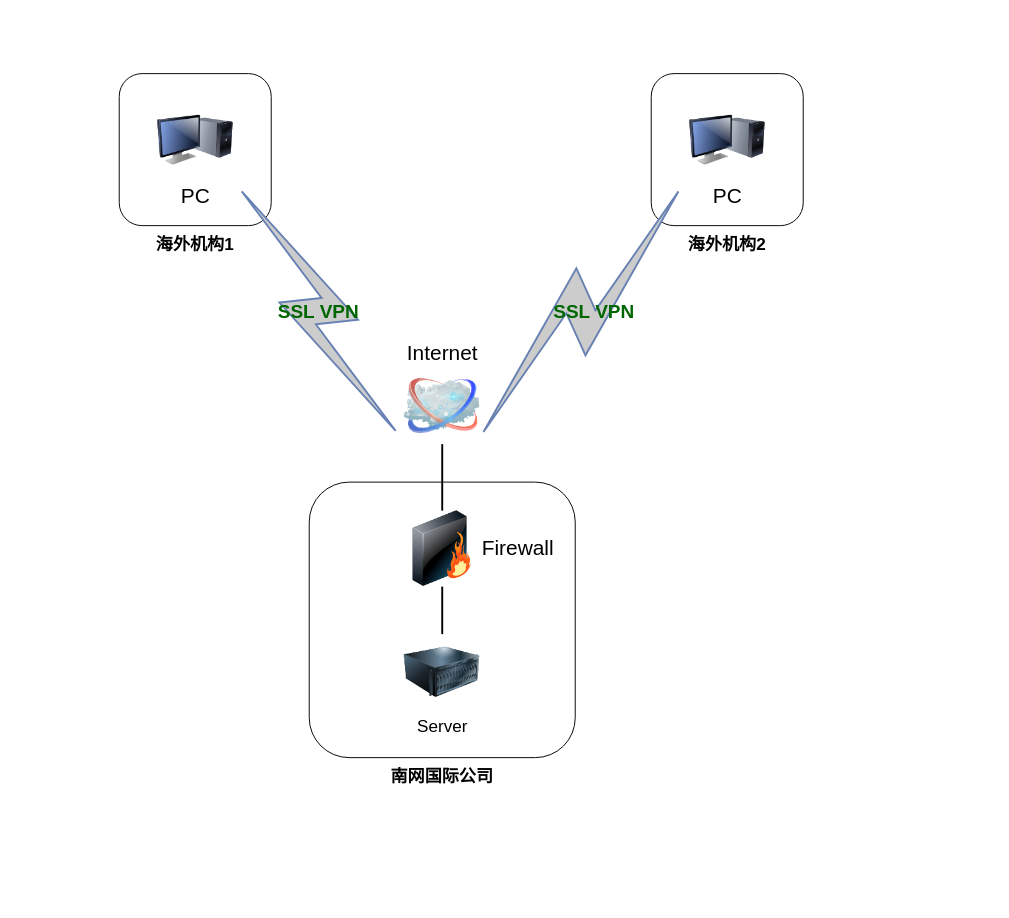
ZILLIONTSANG/NetworkDiagrams keeps this draw.io diagram as page "网络现状" (1 of 3) of 南网国际.drawio. Above is the earlier version. Source tidied: cells renumbered, new cells numbered last; positions are measured from the earlier drawing's top-left corner, leaving out a move shared by most shapes. Both pictures are drawn from the tidied source at 95%, with x=0, y=0 at pixel (119, 73).
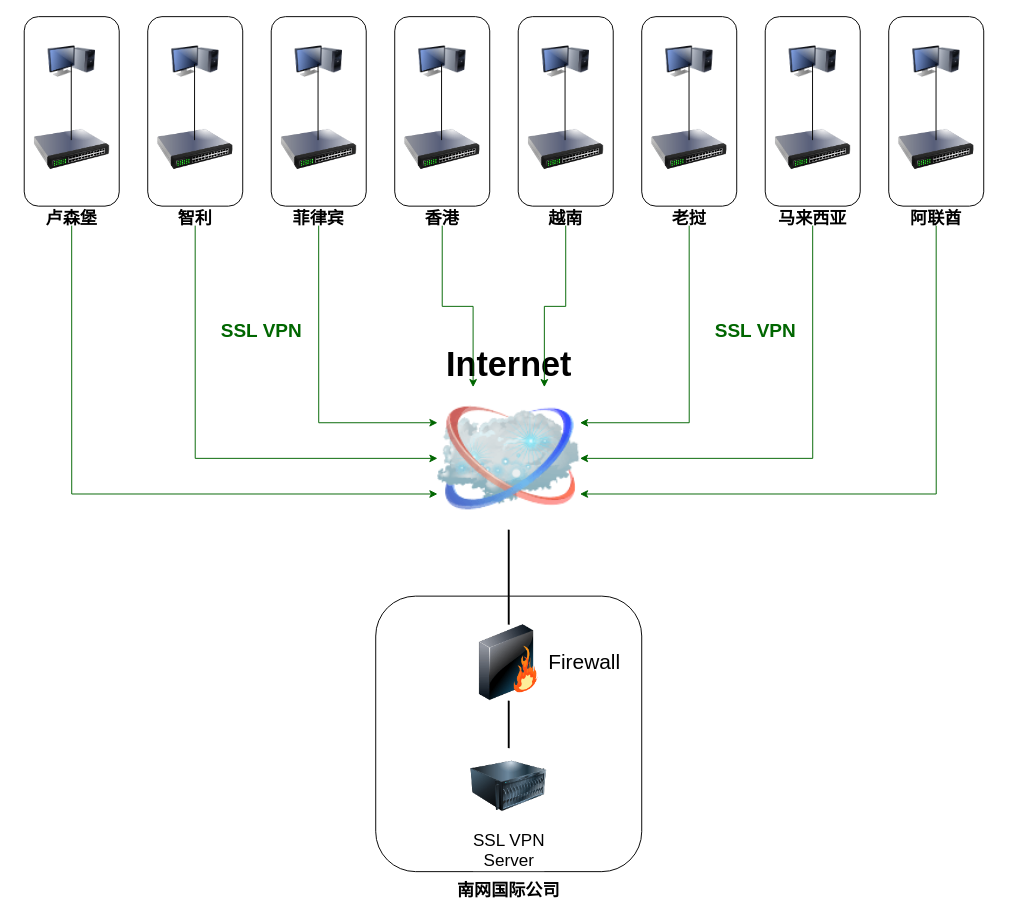
The same diagram, later.

Change to the diagram source:
```diff
@@
-    <mxCell id="2" style="rounded=1;whiteSpace=wrap;html=1;" parent="1" vertex="1">
-      <mxGeometry width="160" height="160" as="geometry" />
-    </mxCell>
     <mxCell id="3" style="rounded=1;whiteSpace=wrap;html=1;" parent="1" vertex="1">
-      <mxGeometry x="200" y="430" width="280" height="290" as="geometry" />
+      <mxGeometry x="270" y="550" width="280" height="290" as="geometry" />
     </mxCell>
-    <mxCell id="4" style="rounded=1;whiteSpace=wrap;html=1;" parent="1" vertex="1">
-      <mxGeometry x="560" width="160" height="160" as="geometry" />
-    </mxCell>
@@
-    <mxCell id="6" value="Internet" style="image;html=1;labelBackgroundColor=#ffffff;image=img/lib/clip_art/networking/Cloud_128x128.png;rounded=1;shadow=0;comic=0;strokeWidth=2;fontSize=22;labelPosition=center;verticalLabelPosition=top;align=center;verticalAlign=bottom;" parent="1" vertex="1">
-      <mxGeometry x="300" y="310" width="80" height="80" as="geometry" />
+    <mxCell id="6" value="&lt;b&gt;&lt;font style=&quot;font-size: 36px&quot;&gt;Internet&lt;/font&gt;&lt;/b&gt;" style="image;html=1;labelBackgroundColor=#ffffff;image=img/lib/clip_art/networking/Cloud_128x128.png;rounded=1;shadow=0;comic=0;strokeWidth=2;fontSize=22;labelPosition=center;verticalLabelPosition=top;align=center;verticalAlign=bottom;" parent="1" vertex="1">
+      <mxGeometry x="335" y="330" width="150" height="150" as="geometry" />
     </mxCell>
@@
     <mxCell id="8" value="Firewall" style="image;html=1;labelBackgroundColor=#ffffff;image=img/lib/clip_art/networking/Firewall_128x128.png;rounded=1;shadow=0;comic=0;strokeWidth=2;fontSize=22;labelPosition=right;verticalLabelPosition=middle;align=left;verticalAlign=middle;" parent="1" vertex="1">
-      <mxGeometry x="300" y="460" width="80" height="80" as="geometry" />
+      <mxGeometry x="370" y="580" width="80" height="80" as="geometry" />
     </mxCell>
-    <mxCell id="9" value="PC" style="image;html=1;labelBackgroundColor=#ffffff;image=img/lib/clip_art/computers/Monitor_Tower_128x128.png;rounded=1;shadow=0;comic=0;strokeWidth=2;fontSize=22;" parent="1" vertex="1">
-      <mxGeometry x="600" y="30" width="80" height="80" as="geometry" />
-    </mxCell>
-    <mxCell id="10" style="html=1;fillColor=#CCCCCC;strokeColor=#6881B3;gradientColor=none;gradientDirection=north;strokeWidth=2;shape=mxgraph.networks.comm_link_edge;html=1;labelBackgroundColor=none;endArrow=none;fontFamily=Verdana;fontSize=22;fontColor=#000000;fontStyle=1;exitX=0;exitY=1;exitDx=0;exitDy=0;entryX=0.9;entryY=1.017;entryDx=0;entryDy=0;entryPerimeter=0;" parent="1" edge="1" source="9" target="6">
-      <mxGeometry relative="1" as="geometry" />
-    </mxCell>
-    <mxCell id="11" value="&lt;font style=&quot;font-size: 18px&quot;&gt;Server&lt;/font&gt;" style="image;html=1;image=img/lib/clip_art/computers/Server_128x128.png;" parent="1" vertex="1">
-      <mxGeometry x="300" y="590" width="80" height="80" as="geometry" />
+    <mxCell id="11" value="&lt;font style=&quot;font-size: 18px&quot;&gt;SSL VPN&lt;br&gt;Server&lt;/font&gt;" style="image;html=1;image=img/lib/clip_art/computers/Server_128x128.png;" parent="1" vertex="1">
+      <mxGeometry x="370" y="710" width="80" height="80" as="geometry" />
     </mxCell>
-    <mxCell id="12" value="PC" style="image;html=1;labelBackgroundColor=#ffffff;image=img/lib/clip_art/computers/Monitor_Tower_128x128.png;rounded=1;shadow=0;comic=0;strokeWidth=2;fontSize=22;" parent="1" vertex="1">
-      <mxGeometry x="40" y="30" width="80" height="80" as="geometry" />
-    </mxCell>
-    <mxCell id="13" style="html=1;fillColor=#CCCCCC;strokeColor=#6881B3;gradientColor=none;gradientDirection=north;strokeWidth=2;shape=mxgraph.networks.comm_link_edge;html=1;labelBackgroundColor=none;endArrow=none;fontFamily=Verdana;fontSize=22;fontColor=#000000;fontStyle=1;entryX=0;entryY=1;entryDx=0;entryDy=0;exitX=1;exitY=1;exitDx=0;exitDy=0;" parent="1" edge="1" source="12" target="6">
-      <mxGeometry relative="1" as="geometry" />
-    </mxCell>
-    <mxCell id="14" value="&lt;b&gt;&lt;font style=&quot;font-size: 18px&quot;&gt;海外机构1&lt;/font&gt;&lt;/b&gt;" style="text;html=1;strokeColor=none;fillColor=none;align=center;verticalAlign=middle;whiteSpace=wrap;rounded=0;" parent="1" vertex="1">
-      <mxGeometry x="20" y="170" width="120" height="20" as="geometry" />
-    </mxCell>
-    <mxCell id="15" value="&lt;b&gt;&lt;font style=&quot;font-size: 18px&quot;&gt;海外机构2&lt;/font&gt;&lt;/b&gt;" style="text;html=1;strokeColor=none;fillColor=none;align=center;verticalAlign=middle;whiteSpace=wrap;rounded=0;" parent="1" vertex="1">
-      <mxGeometry x="580" y="170" width="120" height="20" as="geometry" />
-    </mxCell>
@@
     <mxCell id="17" value="&lt;font color=&quot;#006600&quot; size=&quot;1&quot;&gt;&lt;b style=&quot;font-size: 20px&quot;&gt;SSL VPN&lt;/b&gt;&lt;/font&gt;" style="text;html=1;strokeColor=none;fillColor=none;align=center;verticalAlign=middle;whiteSpace=wrap;rounded=0;" parent="1" vertex="1">
-      <mxGeometry x="440" y="240" width="120" height="20" as="geometry" />
+      <mxGeometry x="610" y="260" width="120" height="20" as="geometry" />
     </mxCell>
     <mxCell id="18" value="&lt;span style=&quot;font-size: 18px&quot;&gt;&lt;b&gt;南网国际公司&lt;/b&gt;&lt;/span&gt;" style="text;html=1;strokeColor=none;fillColor=none;align=center;verticalAlign=middle;whiteSpace=wrap;rounded=0;" parent="1" vertex="1">
-      <mxGeometry x="280" y="730" width="120" height="20" as="geometry" />
+      <mxGeometry x="350" y="850" width="120" height="20" as="geometry" />
     </mxCell>
     <mxCell id="19" value="&lt;font color=&quot;#006600&quot; size=&quot;1&quot;&gt;&lt;b style=&quot;font-size: 20px&quot;&gt;SSL VPN&lt;/b&gt;&lt;/font&gt;" style="text;html=1;strokeColor=none;fillColor=none;align=center;verticalAlign=middle;whiteSpace=wrap;rounded=0;" parent="1" vertex="1">
-      <mxGeometry x="150" y="240" width="120" height="20" as="geometry" />
+      <mxGeometry x="90" y="260" width="120" height="20" as="geometry" />
     </mxCell>
+    <mxCell id="20" style="edgeStyle=orthogonalEdgeStyle;rounded=0;jettySize=auto;html=1;entryX=0;entryY=0.75;entryDx=0;entryDy=0;exitX=0.5;exitY=1;exitDx=0;exitDy=0;fillColor=#d5e8d4;strokeColor=#006600;" parent="1" edge="1" source="14" target="6">
+      <mxGeometry relative="1" as="geometry" />
+    </mxCell>
+    <mxCell id="21" style="edgeStyle=orthogonalEdgeStyle;rounded=0;jettySize=auto;html=1;entryX=0;entryY=0.5;entryDx=0;entryDy=0;exitX=0.5;exitY=1;exitDx=0;exitDy=0;fillColor=#d5e8d4;strokeColor=#006600;" parent="1" edge="1" source="28" target="6">
+      <mxGeometry relative="1" as="geometry" />
+    </mxCell>
+    <mxCell id="22" style="edgeStyle=orthogonalEdgeStyle;rounded=0;jettySize=auto;html=1;entryX=0;entryY=0.25;entryDx=0;entryDy=0;exitX=0.5;exitY=1;exitDx=0;exitDy=0;fillColor=#d5e8d4;strokeColor=#006600;" parent="1" edge="1" source="29" target="6">
+      <mxGeometry relative="1" as="geometry" />
+    </mxCell>
+    <mxCell id="23" style="edgeStyle=orthogonalEdgeStyle;rounded=0;jettySize=auto;html=1;entryX=0.25;entryY=0;entryDx=0;entryDy=0;fillColor=#d5e8d4;strokeColor=#006600;" parent="1" edge="1" source="30" target="6">
+      <mxGeometry relative="1" as="geometry" />
+    </mxCell>
+    <mxCell id="24" style="edgeStyle=orthogonalEdgeStyle;rounded=0;jettySize=auto;html=1;entryX=0.75;entryY=0;entryDx=0;entryDy=0;fillColor=#d5e8d4;strokeColor=#006600;" parent="1" edge="1" source="31" target="6">
+      <mxGeometry relative="1" as="geometry" />
+    </mxCell>
+    <mxCell id="25" style="edgeStyle=orthogonalEdgeStyle;rounded=0;jettySize=auto;html=1;entryX=1;entryY=0.25;entryDx=0;entryDy=0;exitX=0.5;exitY=1;exitDx=0;exitDy=0;fillColor=#d5e8d4;strokeColor=#006600;" parent="1" edge="1" source="32" target="6">
+      <mxGeometry relative="1" as="geometry" />
+    </mxCell>
+    <mxCell id="26" style="edgeStyle=orthogonalEdgeStyle;rounded=0;jettySize=auto;html=1;entryX=1;entryY=0.5;entryDx=0;entryDy=0;exitX=0.5;exitY=1;exitDx=0;exitDy=0;fillColor=#d5e8d4;strokeColor=#006600;" parent="1" edge="1" source="33" target="6">
+      <mxGeometry relative="1" as="geometry" />
+    </mxCell>
+    <mxCell id="27" style="edgeStyle=orthogonalEdgeStyle;rounded=0;jettySize=auto;html=1;entryX=1;entryY=0.75;entryDx=0;entryDy=0;exitX=0.5;exitY=1;exitDx=0;exitDy=0;fillColor=#d5e8d4;strokeColor=#006600;" parent="1" edge="1" source="34" target="6">
+      <mxGeometry relative="1" as="geometry" />
+    </mxCell>
+    <mxCell id="14" value="&lt;b&gt;&lt;font style=&quot;font-size: 18px&quot;&gt;卢森堡&lt;/font&gt;&lt;/b&gt;" style="text;html=1;strokeColor=none;fillColor=none;align=center;verticalAlign=middle;whiteSpace=wrap;rounded=0;" parent="1" vertex="1">
+      <mxGeometry x="-108.8" y="146.3" width="117.5" height="13.7" as="geometry" />
+    </mxCell>
+    <mxCell id="28" value="&lt;span style=&quot;font-size: 18px&quot;&gt;&lt;b&gt;智利&lt;/b&gt;&lt;/span&gt;" style="text;html=1;strokeColor=none;fillColor=none;align=center;verticalAlign=middle;whiteSpace=wrap;rounded=0;" parent="1" vertex="1">
+      <mxGeometry x="21.2" y="146.3" width="117.5" height="13.7" as="geometry" />
+    </mxCell>
+    <mxCell id="29" value="&lt;b&gt;&lt;font style=&quot;font-size: 18px&quot;&gt;菲律宾&lt;/font&gt;&lt;/b&gt;" style="text;html=1;strokeColor=none;fillColor=none;align=center;verticalAlign=middle;whiteSpace=wrap;rounded=0;" parent="1" vertex="1">
+      <mxGeometry x="151.2" y="146.3" width="117.5" height="13.7" as="geometry" />
+    </mxCell>
+    <mxCell id="30" value="&lt;span style=&quot;font-size: 18px&quot;&gt;&lt;b&gt;香港&lt;/b&gt;&lt;/span&gt;" style="text;html=1;strokeColor=none;fillColor=none;align=center;verticalAlign=middle;whiteSpace=wrap;rounded=0;" parent="1" vertex="1">
+      <mxGeometry x="281.2" y="146.3" width="117.5" height="13.7" as="geometry" />
+    </mxCell>
+    <mxCell id="31" value="&lt;b&gt;&lt;font style=&quot;font-size: 18px&quot;&gt;越南&lt;/font&gt;&lt;/b&gt;" style="text;html=1;strokeColor=none;fillColor=none;align=center;verticalAlign=middle;whiteSpace=wrap;rounded=0;" parent="1" vertex="1">
+      <mxGeometry x="411.2" y="146.3" width="117.5" height="13.7" as="geometry" />
+    </mxCell>
+    <mxCell id="32" value="&lt;b&gt;&lt;font style=&quot;font-size: 18px&quot;&gt;老挝&lt;/font&gt;&lt;/b&gt;" style="text;html=1;strokeColor=none;fillColor=none;align=center;verticalAlign=middle;whiteSpace=wrap;rounded=0;" parent="1" vertex="1">
+      <mxGeometry x="541.2" y="146.3" width="117.5" height="13.7" as="geometry" />
+    </mxCell>
+    <mxCell id="33" value="&lt;b&gt;&lt;font style=&quot;font-size: 18px&quot;&gt;马来西亚&lt;/font&gt;&lt;/b&gt;" style="text;html=1;strokeColor=none;fillColor=none;align=center;verticalAlign=middle;whiteSpace=wrap;rounded=0;" parent="1" vertex="1">
+      <mxGeometry x="671.2" y="146.3" width="117.5" height="13.7" as="geometry" />
+    </mxCell>
+    <mxCell id="34" value="&lt;b&gt;&lt;font style=&quot;font-size: 18px&quot;&gt;阿联酋&lt;/font&gt;&lt;/b&gt;" style="text;html=1;strokeColor=none;fillColor=none;align=center;verticalAlign=middle;whiteSpace=wrap;rounded=0;" parent="1" vertex="1">
+      <mxGeometry x="801.2" y="146.3" width="117.5" height="13.7" as="geometry" />
+    </mxCell>
+    <mxCell id="2" style="rounded=1;whiteSpace=wrap;html=1;" parent="1" vertex="1">
+      <mxGeometry x="-100" y="-60" width="100" height="199.5" as="geometry" />
+    </mxCell>
+    <mxCell id="35" style="rounded=1;whiteSpace=wrap;html=1;" parent="1" vertex="1">
+      <mxGeometry x="30" y="-60" width="100" height="199.5" as="geometry" />
+    </mxCell>
+    <mxCell id="36" style="rounded=1;whiteSpace=wrap;html=1;" parent="1" vertex="1">
+      <mxGeometry x="160" y="-60" width="100" height="199.5" as="geometry" />
+    </mxCell>
+    <mxCell id="37" style="rounded=1;whiteSpace=wrap;html=1;" parent="1" vertex="1">
+      <mxGeometry x="290" y="-60" width="100" height="199.5" as="geometry" />
+    </mxCell>
+    <mxCell id="38" style="rounded=1;whiteSpace=wrap;html=1;" parent="1" vertex="1">
+      <mxGeometry x="420" y="-60" width="100" height="199.5" as="geometry" />
+    </mxCell>
+    <mxCell id="39" style="rounded=1;whiteSpace=wrap;html=1;" parent="1" vertex="1">
+      <mxGeometry x="550" y="-60" width="100" height="199.5" as="geometry" />
+    </mxCell>
+    <mxCell id="40" style="rounded=1;whiteSpace=wrap;html=1;" parent="1" vertex="1">
+      <mxGeometry x="680" y="-60" width="100" height="199.5" as="geometry" />
+    </mxCell>
+    <mxCell id="41" style="rounded=1;whiteSpace=wrap;html=1;" parent="1" vertex="1">
+      <mxGeometry x="810" y="-60" width="100" height="199.5" as="geometry" />
+    </mxCell>
+    <mxCell id="12" style="image;html=1;labelBackgroundColor=#ffffff;image=img/lib/clip_art/computers/Monitor_Tower_128x128.png;rounded=1;shadow=0;comic=0;strokeWidth=2;fontSize=22;" parent="1" vertex="1">
+      <mxGeometry x="-75" y="-40" width="50" height="54.7" as="geometry" />
+    </mxCell>
+    <mxCell id="42" style="image;html=1;labelBackgroundColor=#ffffff;image=img/lib/clip_art/computers/Monitor_Tower_128x128.png;rounded=1;shadow=0;comic=0;strokeWidth=2;fontSize=22;" parent="1" vertex="1">
+      <mxGeometry x="55" y="-40" width="50" height="54.7" as="geometry" />
+    </mxCell>
+    <mxCell id="43" style="image;html=1;labelBackgroundColor=#ffffff;image=img/lib/clip_art/computers/Monitor_Tower_128x128.png;rounded=1;shadow=0;comic=0;strokeWidth=2;fontSize=22;" parent="1" vertex="1">
+      <mxGeometry x="185" y="-40" width="50" height="54.7" as="geometry" />
+    </mxCell>
+    <mxCell id="44" style="image;html=1;labelBackgroundColor=#ffffff;image=img/lib/clip_art/computers/Monitor_Tower_128x128.png;rounded=1;shadow=0;comic=0;strokeWidth=2;fontSize=22;" parent="1" vertex="1">
+      <mxGeometry x="315" y="-40" width="50" height="54.7" as="geometry" />
+    </mxCell>
+    <mxCell id="45" style="image;html=1;labelBackgroundColor=#ffffff;image=img/lib/clip_art/computers/Monitor_Tower_128x128.png;rounded=1;shadow=0;comic=0;strokeWidth=2;fontSize=22;" parent="1" vertex="1">
+      <mxGeometry x="445" y="-40" width="50" height="54.7" as="geometry" />
+    </mxCell>
+    <mxCell id="46" style="image;html=1;labelBackgroundColor=#ffffff;image=img/lib/clip_art/computers/Monitor_Tower_128x128.png;rounded=1;shadow=0;comic=0;strokeWidth=2;fontSize=22;" parent="1" vertex="1">
+      <mxGeometry x="575" y="-40" width="50" height="54.7" as="geometry" />
+    </mxCell>
+    <mxCell id="47" style="image;html=1;labelBackgroundColor=#ffffff;image=img/lib/clip_art/computers/Monitor_Tower_128x128.png;rounded=1;shadow=0;comic=0;strokeWidth=2;fontSize=22;" parent="1" vertex="1">
+      <mxGeometry x="705" y="-40" width="50" height="54.7" as="geometry" />
+    </mxCell>
+    <mxCell id="48" style="image;html=1;labelBackgroundColor=#ffffff;image=img/lib/clip_art/computers/Monitor_Tower_128x128.png;rounded=1;shadow=0;comic=0;strokeWidth=2;fontSize=22;" parent="1" vertex="1">
+      <mxGeometry x="835" y="-40" width="50" height="54.7" as="geometry" />
+    </mxCell>
+    <mxCell id="49" style="image;html=1;image=img/lib/clip_art/networking/Switch_128x128.png;" parent="1" vertex="1">
+      <mxGeometry x="-90" y="40" width="80" height="80" as="geometry" />
+    </mxCell>
+    <mxCell id="50" style="image;html=1;image=img/lib/clip_art/networking/Switch_128x128.png;" parent="1" vertex="1">
+      <mxGeometry x="40" y="40" width="80" height="80" as="geometry" />
+    </mxCell>
+    <mxCell id="51" style="image;html=1;image=img/lib/clip_art/networking/Switch_128x128.png;" parent="1" vertex="1">
+      <mxGeometry x="170" y="40" width="80" height="80" as="geometry" />
+    </mxCell>
+    <mxCell id="52" style="image;html=1;image=img/lib/clip_art/networking/Switch_128x128.png;" parent="1" vertex="1">
+      <mxGeometry x="300" y="40" width="80" height="80" as="geometry" />
+    </mxCell>
+    <mxCell id="53" style="image;html=1;image=img/lib/clip_art/networking/Switch_128x128.png;" parent="1" vertex="1">
+      <mxGeometry x="430" y="40" width="80" height="80" as="geometry" />
+    </mxCell>
+    <mxCell id="54" style="image;html=1;image=img/lib/clip_art/networking/Switch_128x128.png;" parent="1" vertex="1">
+      <mxGeometry x="560" y="40" width="80" height="80" as="geometry" />
+    </mxCell>
+    <mxCell id="55" style="image;html=1;image=img/lib/clip_art/networking/Switch_128x128.png;" parent="1" vertex="1">
+      <mxGeometry x="690" y="40" width="80" height="80" as="geometry" />
+    </mxCell>
+    <mxCell id="56" style="image;html=1;image=img/lib/clip_art/networking/Switch_128x128.png;" parent="1" vertex="1">
+      <mxGeometry x="820" y="40" width="80" height="80" as="geometry" />
+    </mxCell>
+    <mxCell id="57" style="endArrow=none;html=1;" parent="1" edge="1">
+      <mxGeometry x="80" y="40" as="geometry">
+        <mxPoint x="-50.5" y="70" as="sourcePoint" />
+        <mxPoint x="-50.5" y="-10" as="targetPoint" />
+      </mxGeometry>
+    </mxCell>
+    <mxCell id="58" style="endArrow=none;html=1;" parent="1" edge="1">
+      <mxGeometry x="80" y="40" as="geometry">
+        <mxPoint x="79.3" y="70" as="sourcePoint" />
+        <mxPoint x="79.3" y="-10" as="targetPoint" />
+      </mxGeometry>
+    </mxCell>
+    <mxCell id="59" style="endArrow=none;html=1;" parent="1" edge="1">
+      <mxGeometry x="80" y="40" as="geometry">
+        <mxPoint x="209.3" y="70" as="sourcePoint" />
+        <mxPoint x="209.3" y="-10" as="targetPoint" />
+      </mxGeometry>
+    </mxCell>
+    <mxCell id="60" style="endArrow=none;html=1;" parent="1" edge="1">
+      <mxGeometry x="80" y="40" as="geometry">
+        <mxPoint x="339.3" y="70" as="sourcePoint" />
+        <mxPoint x="339.3" y="-10" as="targetPoint" />
+      </mxGeometry>
+    </mxCell>
+    <mxCell id="61" style="endArrow=none;html=1;" parent="1" edge="1">
+      <mxGeometry x="80" y="40" as="geometry">
+        <mxPoint x="469.3" y="70" as="sourcePoint" />
+        <mxPoint x="469.3" y="-10" as="targetPoint" />
+      </mxGeometry>
+    </mxCell>
+    <mxCell id="62" style="endArrow=none;html=1;" parent="1" edge="1">
+      <mxGeometry x="210.5" y="40" as="geometry">
+        <mxPoint x="599.8" y="70" as="sourcePoint" />
+        <mxPoint x="599.8" y="-10" as="targetPoint" />
+      </mxGeometry>
+    </mxCell>
+    <mxCell id="63" style="endArrow=none;html=1;" parent="1" edge="1">
+      <mxGeometry x="340.5" y="40" as="geometry">
+        <mxPoint x="729.8" y="70" as="sourcePoint" />
+        <mxPoint x="729.8" y="-10" as="targetPoint" />
+      </mxGeometry>
+    </mxCell>
+    <mxCell id="64" style="endArrow=none;html=1;" parent="1" edge="1">
+      <mxGeometry x="470.5" y="40" as="geometry">
+        <mxPoint x="859.8" y="70" as="sourcePoint" />
+        <mxPoint x="859.8" y="-10" as="targetPoint" />
+      </mxGeometry>
+    </mxCell>
```
